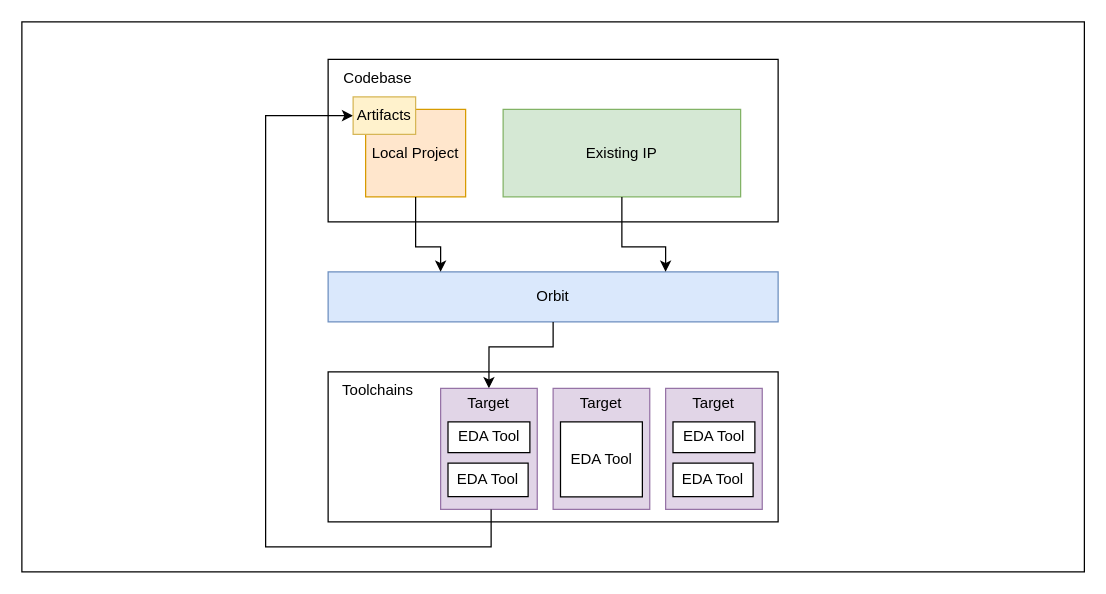
Above: docs/src/diagrams/abstraction.drawio in ujichase/orbit (draw.io), before the change. Source tidied: cells renumbered, new cells numbered last; positions are measured from the earlier drawing's top-left corner, leaving out a move shared by most shapes. Both pictures are drawn from the tidied source at 125%, with x=0, y=0 at pixel (21, 21).
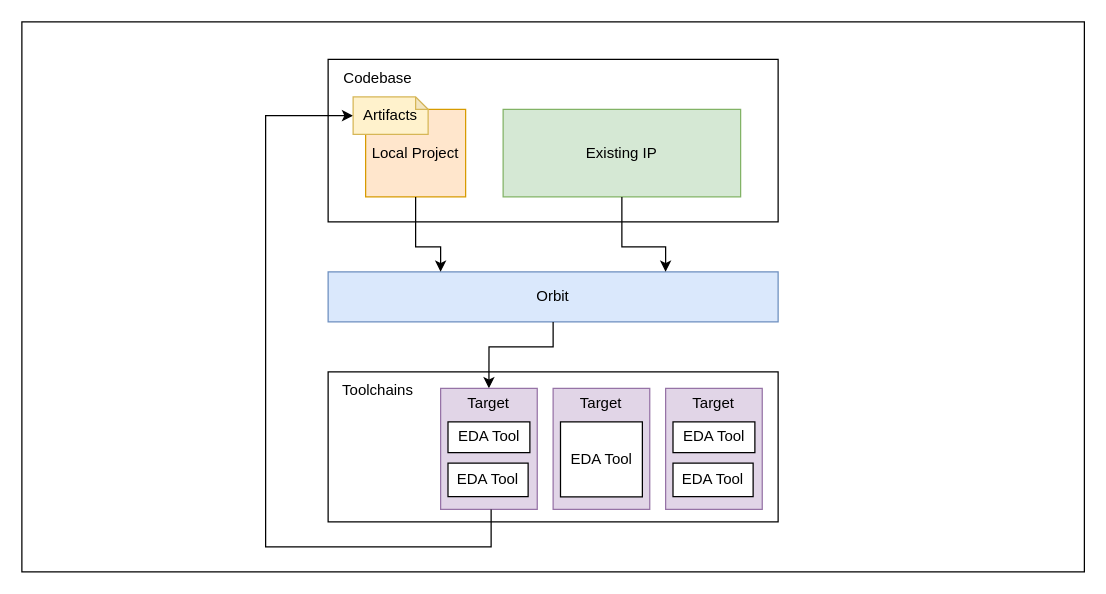
After the change.

Commit message (it also covers changes not shown here):
Updates abstraction diagram

Change to the diagram source:
```diff
@@
-    <mxCell id="27" style="endArrow=classic;html=1;rounded=0;jumpStyle=none;edgeStyle=orthogonalEdgeStyle;exitX=0.5;exitY=1;exitDx=0;exitDy=0;entryX=0;entryY=0.5;entryDx=0;entryDy=0;" parent="1" edge="1" target="28">
+    <mxCell id="27" style="endArrow=classic;html=1;rounded=0;jumpStyle=none;edgeStyle=orthogonalEdgeStyle;exitX=0.5;exitY=1;exitDx=0;exitDy=0;entryX=0;entryY=0.5;entryDx=0;entryDy=0;" parent="1" edge="1">
       <mxGeometry relative="1" as="geometry">
         <mxPoint x="375.4" y="390" as="sourcePoint" />
+        <mxPoint x="265" y="75" as="targetPoint" />
         <Array as="points">
           <mxPoint x="375" y="420" />
           <mxPoint x="195" y="420" />
           <mxPoint x="195" y="75" />
         </Array>
       </mxGeometry>
     </mxCell>
-    <mxCell id="28" value="Artifacts" style="rounded=0;whiteSpace=wrap;html=1;fillColor=#fff2cc;strokeColor=#d6b656;" parent="1" vertex="1">
-      <mxGeometry x="265" y="60" width="50" height="30" as="geometry" />
+    <mxCell id="28" value="Artifacts" style="shape=note;whiteSpace=wrap;html=1;backgroundOutline=1;darkOpacity=0.05;fillColor=#fff2cc;strokeColor=#d6b656;size=10;" parent="1" vertex="1">
+      <mxGeometry x="265" y="60" width="60" height="30" as="geometry" />
     </mxCell>
```
